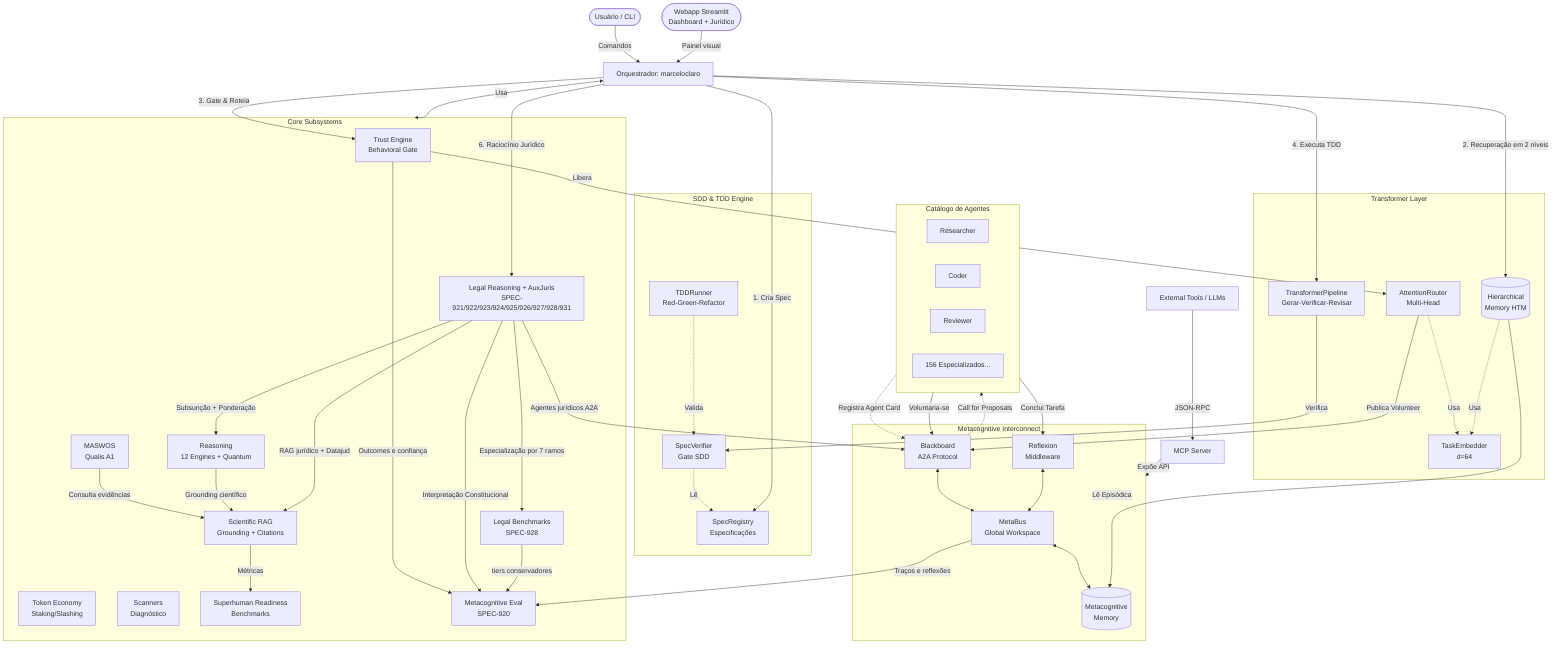
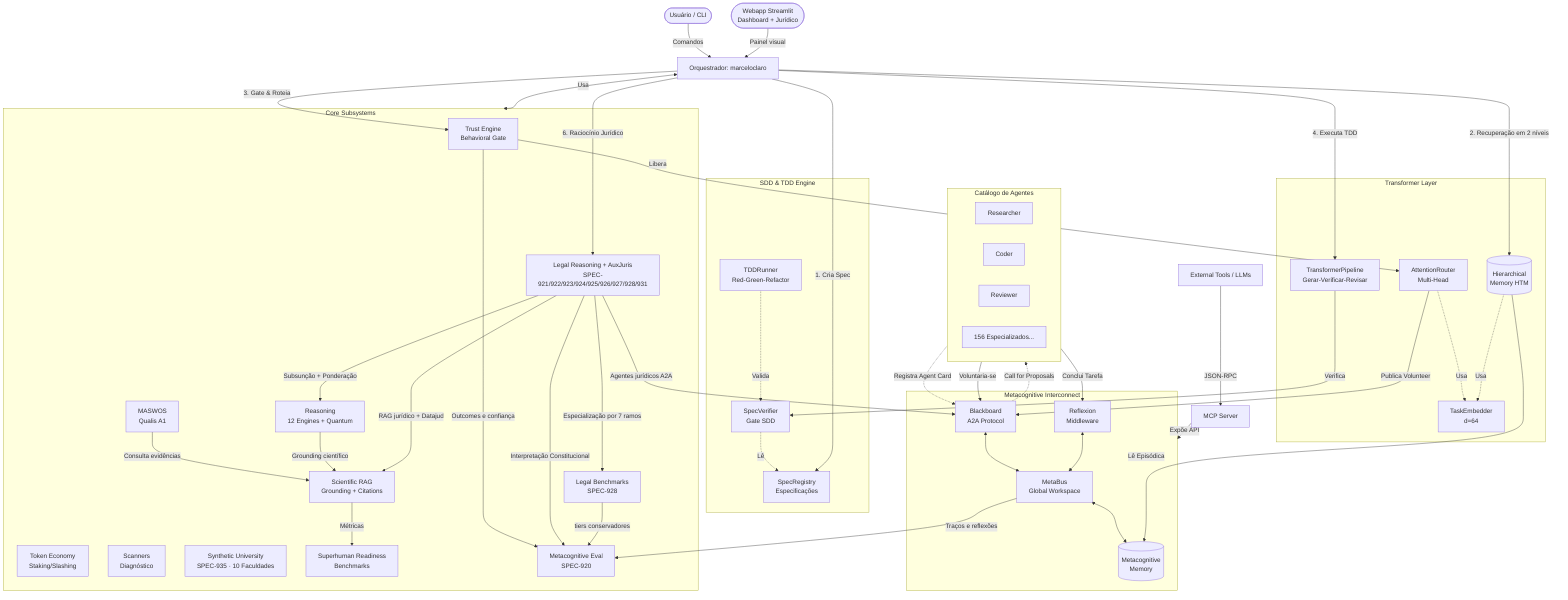
graph TD
    %% Atores e Orquestrador
    User([Usuário / CLI]) -->|Comandos| Orchestrator[Orquestrador: marceloclaro]
    WebUI([Webapp Streamlit<br>Dashboard + Jurídico]) -->|Painel visual| Orchestrator

    %% Camada SDD/TDD
    subgraph SDD [SDD & TDD Engine]
        Spec[SpecRegistry<br>Especificações]
        Ver[SpecVerifier<br>Gate SDD]
        TDD[TDDRunner<br>Red-Green-Refactor]

        TDD -.->|Valida| Ver
        Ver -.->|Lê| Spec
    end

    %% Camada Transformer
    subgraph TF [Transformer Layer]
        Attn[AttentionRouter<br>Multi-Head]
        Pipe[TransformerPipeline<br>Gerar-Verificar-Revisar]
        HTM[(Hierarchical<br>Memory HTM)]
        Emb[TaskEmbedder<br>d=64]

        Attn -.->|Usa| Emb
        HTM -.->|Usa| Emb
    end

    %% Camada Core (Novos Subsistemas)
    subgraph Core [Core Subsystems]
        Trust[Trust Engine<br>Behavioral Gate]
        Eco[Token Economy<br>Staking/Slashing]
        Scan[Scanners<br>Diagnóstico]
        Acad[MASWOS<br>Qualis A1]
        Reason[Reasoning<br>12 Engines + Quantum]
        Legal[Legal Reasoning + AuxJuris<br>SPEC-921/922/923/924/925/926/927/928/931]
        LegalBench[Legal Benchmarks<br>SPEC-928]
+         SynthUniv[Synthetic University<br>SPEC-935 · 10 Faculdades]
        RAG[Scientific RAG<br>Grounding + Citations]
        Bench[Superhuman Readiness<br>Benchmarks]
        MetaEval[Metacognitive Eval<br>SPEC-920]
    end

    %% Camada MCI
    subgraph MCI [Metacognitive Interconnect]
        MB[MetaBus<br>Global Workspace]
        BB[Blackboard<br>A2A Protocol]
        Mem[(Metacognitive<br>Memory)]
        Ref[Reflexion<br>Middleware]

        MB <--> Mem
        BB <--> MB
        Ref <--> MB
    end

    %% Orquestrador integra as camadas
    Orchestrator -->|1. Cria Spec| Spec
    Orchestrator -->|2. Recuperação em 2 níveis| HTM
    HTM -->|Lê Episódica| Mem
    Orchestrator -->|3. Gate & Roteia| Trust
    Trust -->|Libera| Attn
    Attn -->|Publica Volunteer| BB
    Orchestrator -->|4. Executa TDD| Pipe
    Pipe -->|Verifica| Ver
    Orchestrator <-->|Usa| Core
    Acad -->|Consulta evidências| RAG
    Reason -->|Grounding científico| RAG
    RAG -->|Métricas| Bench
    MB -->|Traços e reflexões| MetaEval
    Trust -->|Outcomes e confiança| MetaEval
    Orchestrator -->|6. Raciocínio Jurídico| Legal
    Legal -->|Subsunção + Ponderação| Reason
    Legal -->|Interpretação Constitucional| MetaEval
    Legal -->|RAG jurídico + Datajud| RAG
    Legal -->|Agentes jurídicos A2A| BB
    Legal -->|Especialização por 7 ramos| LegalBench
    LegalBench -->|tiers conservadores| MetaEval

    %% Agentes
    subgraph Agents [Catálogo de Agentes]
        A1[Researcher]
        A2[Coder]
        A3[Reviewer]
        A4[156 Especializados...]
    end

    %% Fluxo de Agentes
    Agents -.->|Registra Agent Card| BB
    BB -.->|Call for Proposals| Agents
    Agents -->|Voluntaria-se| BB
    Agents -->|Conclui Tarefa| Ref

    %% MCP
    MCP[MCP Server] -->|Expõe API| MCI
    External[External Tools / LLMs] -->|JSON-RPC| MCP
